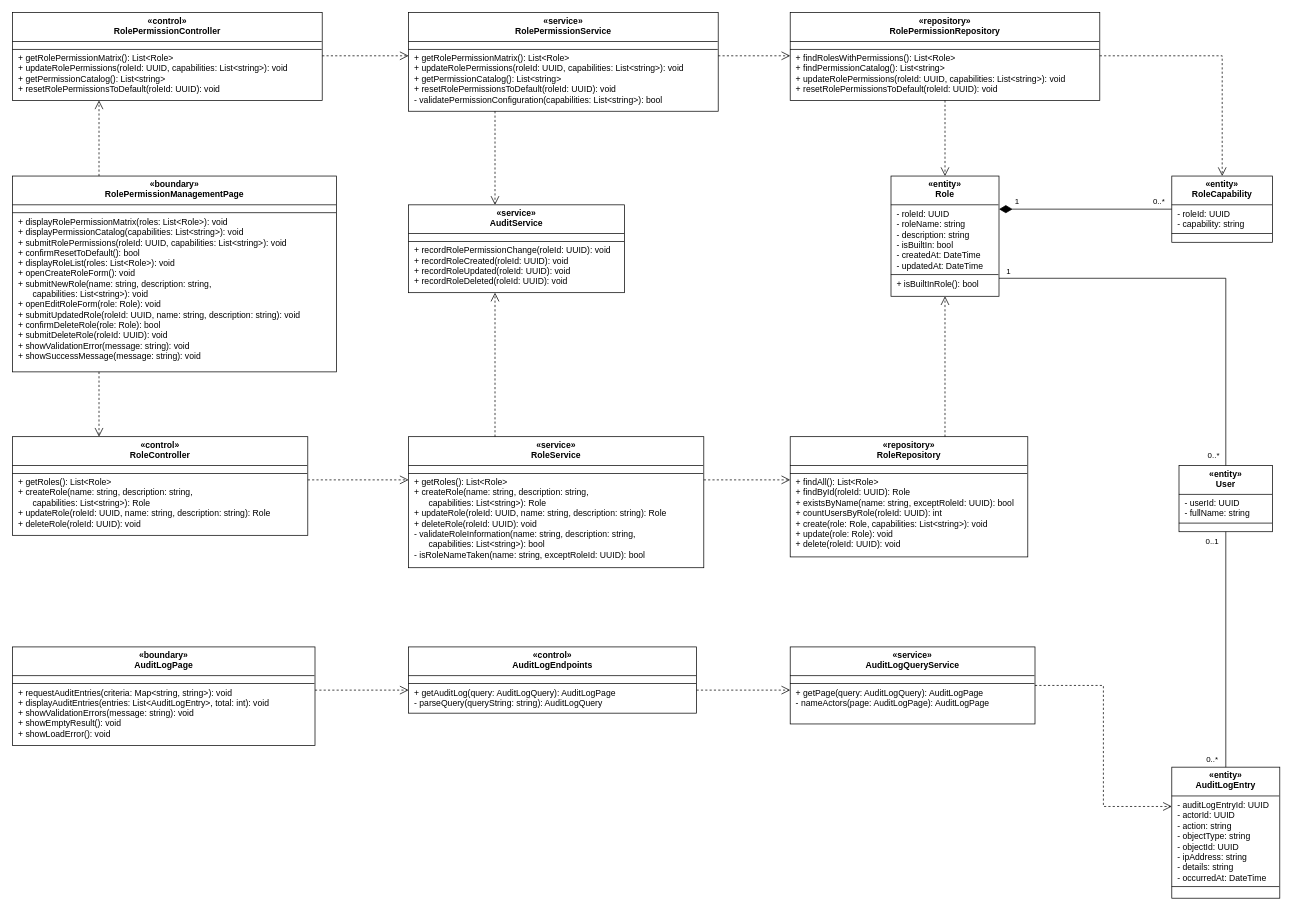
The draw.io diagram docs/07-classdiagram/feature-03-role-management-class-diagram.drawio in callmehai/FU-FA26-G116, before the edit. Source tidied: cells renumbered, new cells numbered last; positions are measured from the earlier drawing's top-left corner, leaving out a move shared by most shapes. Both pictures are drawn from the tidied source at 72%, with x=0, y=0 at pixel (12, 12).
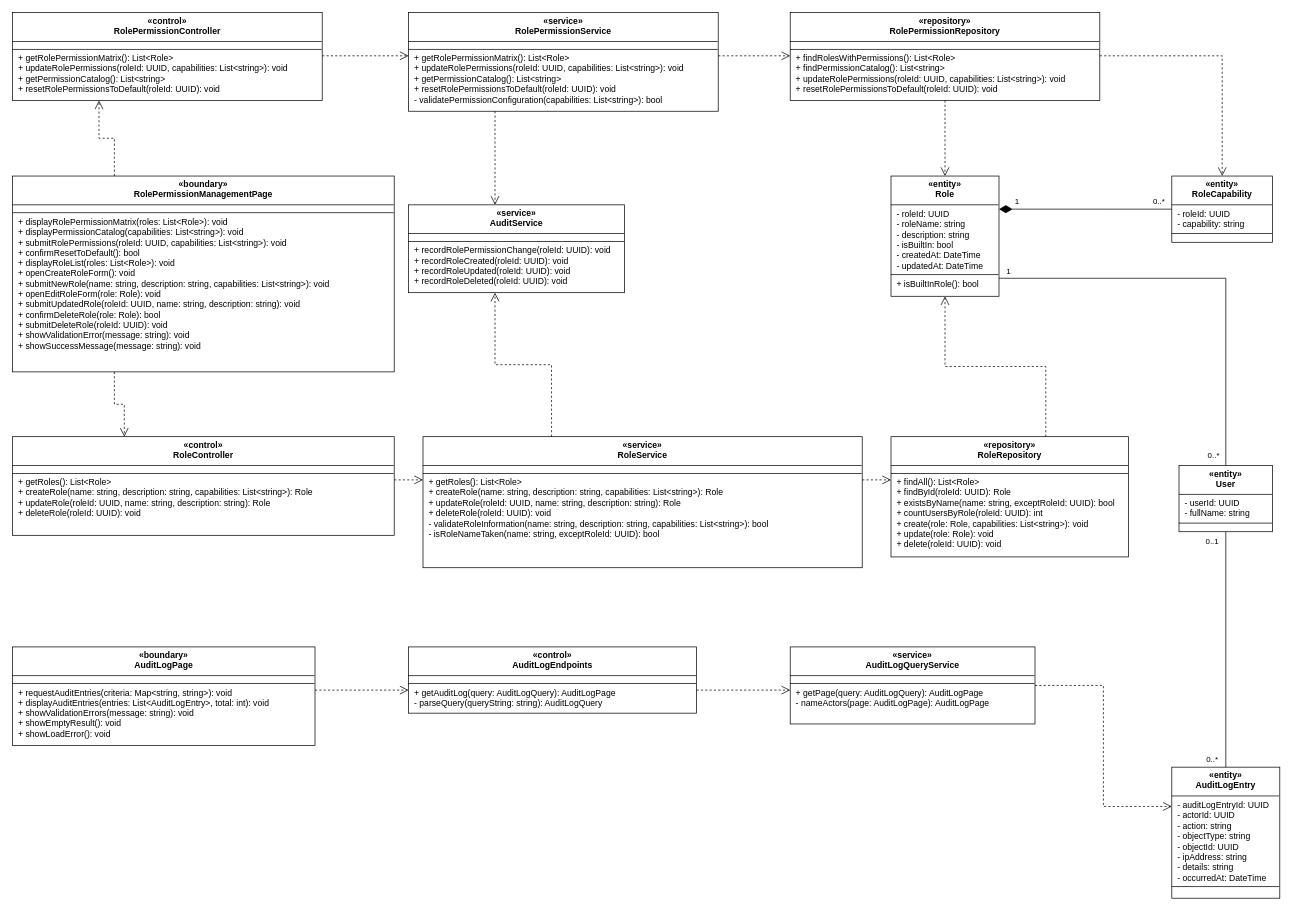
The same diagram, later.

Diff of the diagram source:
```diff
@@
-    <mxCell id="5" value="&lt;div style=&quot;text-align:center;font-weight:bold;padding:5px 4px 4px 4px;height:31px;&quot;&gt;«boundary»&lt;br&gt;RolePermissionManagementPage&lt;/div&gt;&lt;hr style=&quot;margin:0;border:none;border-top:1px solid #000000;height:0;&quot;&gt;&lt;div style=&quot;text-align:left;padding:5px 8px 5px 8px;white-space:nowrap;&quot;&gt;&lt;/div&gt;&lt;hr style=&quot;margin:0;border:none;border-top:1px solid #000000;height:0;&quot;&gt;&lt;div style=&quot;text-align:left;padding:5px 8px 5px 8px;white-space:nowrap;&quot;&gt;+ displayRolePermissionMatrix(roles: List&amp;lt;Role&amp;gt;): void&lt;br&gt;+ displayPermissionCatalog(capabilities: List&amp;lt;string&amp;gt;): void&lt;br&gt;+ submitRolePermissions(roleId: UUID, capabilities: List&amp;lt;string&amp;gt;): void&lt;br&gt;+ confirmResetToDefault(): bool&lt;br&gt;+ displayRoleList(roles: List&amp;lt;Role&amp;gt;): void&lt;br&gt;+ openCreateRoleForm(): void&lt;br&gt;+ submitNewRole(name: string, description: string,&lt;br&gt;&amp;nbsp;&amp;nbsp;&amp;nbsp;&amp;nbsp;&amp;nbsp;&amp;nbsp;capabilities: List&amp;lt;string&amp;gt;): void&lt;br&gt;+ openEditRoleForm(role: Role): void&lt;br&gt;+ submitUpdatedRole(roleId: UUID, name: string, description: string): void&lt;br&gt;+ confirmDeleteRole(role: Role): bool&lt;br&gt;+ submitDeleteRole(roleId: UUID): void&lt;br&gt;+ showValidationError(message: string): void&lt;br&gt;+ showSuccessMessage(message: string): void&lt;/div&gt;" style="rounded=0;whiteSpace=wrap;html=1;align=left;verticalAlign=top;spacing=0;overflow=fill;fillColor=#ffffff;strokeColor=#000000;fontSize=12;fontFamily=Helvetica;fontColor=#000000;" parent="1" vertex="1">
-      <mxGeometry y="227" width="450" height="272" as="geometry" />
+    <mxCell id="5" value="&lt;div style=&quot;text-align:center;font-weight:bold;padding:5px 4px 4px 4px;height:31px;&quot;&gt;«boundary»&lt;br&gt;RolePermissionManagementPage&lt;/div&gt;&lt;hr style=&quot;margin:0;border:none;border-top:1px solid #000000;height:0;&quot;&gt;&lt;div style=&quot;text-align:left;padding:5px 8px 5px 8px;white-space:nowrap;&quot;&gt;&lt;/div&gt;&lt;hr style=&quot;margin:0;border:none;border-top:1px solid #000000;height:0;&quot;&gt;&lt;div style=&quot;text-align:left;padding:5px 8px 5px 8px;white-space:nowrap;&quot;&gt;+ displayRolePermissionMatrix(roles: List&amp;lt;Role&amp;gt;): void&lt;br&gt;+ displayPermissionCatalog(capabilities: List&amp;lt;string&amp;gt;): void&lt;br&gt;+ submitRolePermissions(roleId: UUID, capabilities: List&amp;lt;string&amp;gt;): void&lt;br&gt;+ confirmResetToDefault(): bool&lt;br&gt;+ displayRoleList(roles: List&amp;lt;Role&amp;gt;): void&lt;br&gt;+ openCreateRoleForm(): void&lt;br&gt;+ submitNewRole(name: string, description: string, capabilities: List&amp;lt;string&amp;gt;): void&lt;br&gt;+ openEditRoleForm(role: Role): void&lt;br&gt;+ submitUpdatedRole(roleId: UUID, name: string, description: string): void&lt;br&gt;+ confirmDeleteRole(role: Role): bool&lt;br&gt;+ submitDeleteRole(roleId: UUID): void&lt;br&gt;+ showValidationError(message: string): void&lt;br&gt;+ showSuccessMessage(message: string): void&lt;/div&gt;" style="rounded=0;whiteSpace=wrap;html=1;align=left;verticalAlign=top;spacing=0;overflow=fill;fillColor=#ffffff;strokeColor=#000000;fontSize=12;fontFamily=Helvetica;fontColor=#000000;" parent="1" vertex="1">
+      <mxGeometry y="227" width="530" height="272" as="geometry" />
     </mxCell>
@@
-    <mxCell id="9" value="&lt;div style=&quot;text-align:center;font-weight:bold;padding:5px 4px 4px 4px;height:31px;&quot;&gt;«control»&lt;br&gt;RoleController&lt;/div&gt;&lt;hr style=&quot;margin:0;border:none;border-top:1px solid #000000;height:0;&quot;&gt;&lt;div style=&quot;text-align:left;padding:5px 8px 5px 8px;white-space:nowrap;&quot;&gt;&lt;/div&gt;&lt;hr style=&quot;margin:0;border:none;border-top:1px solid #000000;height:0;&quot;&gt;&lt;div style=&quot;text-align:left;padding:5px 8px 5px 8px;white-space:nowrap;&quot;&gt;+ getRoles(): List&amp;lt;Role&amp;gt;&lt;br&gt;+ createRole(name: string, description: string,&lt;br&gt;&amp;nbsp;&amp;nbsp;&amp;nbsp;&amp;nbsp;&amp;nbsp;&amp;nbsp;capabilities: List&amp;lt;string&amp;gt;): Role&lt;br&gt;+ updateRole(roleId: UUID, name: string, description: string): Role&lt;br&gt;+ deleteRole(roleId: UUID): void&lt;/div&gt;" style="rounded=0;whiteSpace=wrap;html=1;align=left;verticalAlign=top;spacing=0;overflow=fill;fillColor=#ffffff;strokeColor=#000000;fontSize=12;fontFamily=Helvetica;fontColor=#000000;" parent="1" vertex="1">
-      <mxGeometry y="589" width="410" height="137" as="geometry" />
+    <mxCell id="9" value="&lt;div style=&quot;text-align:center;font-weight:bold;padding:5px 4px 4px 4px;height:31px;&quot;&gt;«control»&lt;br&gt;RoleController&lt;/div&gt;&lt;hr style=&quot;margin:0;border:none;border-top:1px solid #000000;height:0;&quot;&gt;&lt;div style=&quot;text-align:left;padding:5px 8px 5px 8px;white-space:nowrap;&quot;&gt;&lt;/div&gt;&lt;hr style=&quot;margin:0;border:none;border-top:1px solid #000000;height:0;&quot;&gt;&lt;div style=&quot;text-align:left;padding:5px 8px 5px 8px;white-space:nowrap;&quot;&gt;+ getRoles(): List&amp;lt;Role&amp;gt;&lt;br&gt;+ createRole(name: string, description: string, capabilities: List&amp;lt;string&amp;gt;): Role&lt;br&gt;+ updateRole(roleId: UUID, name: string, description: string): Role&lt;br&gt;+ deleteRole(roleId: UUID): void&lt;/div&gt;" style="rounded=0;whiteSpace=wrap;html=1;align=left;verticalAlign=top;spacing=0;overflow=fill;fillColor=#ffffff;strokeColor=#000000;fontSize=12;fontFamily=Helvetica;fontColor=#000000;" parent="1" vertex="1">
+      <mxGeometry y="589" width="530" height="137" as="geometry" />
     </mxCell>
-    <mxCell id="10" value="&lt;div style=&quot;text-align:center;font-weight:bold;padding:5px 4px 4px 4px;height:31px;&quot;&gt;«service»&lt;br&gt;RoleService&lt;/div&gt;&lt;hr style=&quot;margin:0;border:none;border-top:1px solid #000000;height:0;&quot;&gt;&lt;div style=&quot;text-align:left;padding:5px 8px 5px 8px;white-space:nowrap;&quot;&gt;&lt;/div&gt;&lt;hr style=&quot;margin:0;border:none;border-top:1px solid #000000;height:0;&quot;&gt;&lt;div style=&quot;text-align:left;padding:5px 8px 5px 8px;white-space:nowrap;&quot;&gt;+ getRoles(): List&amp;lt;Role&amp;gt;&lt;br&gt;+ createRole(name: string, description: string,&lt;br&gt;&amp;nbsp;&amp;nbsp;&amp;nbsp;&amp;nbsp;&amp;nbsp;&amp;nbsp;capabilities: List&amp;lt;string&amp;gt;): Role&lt;br&gt;+ updateRole(roleId: UUID, name: string, description: string): Role&lt;br&gt;+ deleteRole(roleId: UUID): void&lt;br&gt;- validateRoleInformation(name: string, description: string,&lt;br&gt;&amp;nbsp;&amp;nbsp;&amp;nbsp;&amp;nbsp;&amp;nbsp;&amp;nbsp;capabilities: List&amp;lt;string&amp;gt;): bool&lt;br&gt;- isRoleNameTaken(name: string, exceptRoleId: UUID): bool&lt;/div&gt;" style="rounded=0;whiteSpace=wrap;html=1;align=left;verticalAlign=top;spacing=0;overflow=fill;fillColor=#ffffff;strokeColor=#000000;fontSize=12;fontFamily=Helvetica;fontColor=#000000;" parent="1" vertex="1">
-      <mxGeometry x="550" y="589" width="410" height="182" as="geometry" />
+    <mxCell id="10" value="&lt;div style=&quot;text-align:center;font-weight:bold;padding:5px 4px 4px 4px;height:31px;&quot;&gt;«service»&lt;br&gt;RoleService&lt;/div&gt;&lt;hr style=&quot;margin:0;border:none;border-top:1px solid #000000;height:0;&quot;&gt;&lt;div style=&quot;text-align:left;padding:5px 8px 5px 8px;white-space:nowrap;&quot;&gt;&lt;/div&gt;&lt;hr style=&quot;margin:0;border:none;border-top:1px solid #000000;height:0;&quot;&gt;&lt;div style=&quot;text-align:left;padding:5px 8px 5px 8px;white-space:nowrap;&quot;&gt;+ getRoles(): List&amp;lt;Role&amp;gt;&lt;br&gt;+ createRole(name: string, description: string, capabilities: List&amp;lt;string&amp;gt;): Role&lt;br&gt;+ updateRole(roleId: UUID, name: string, description: string): Role&lt;br&gt;+ deleteRole(roleId: UUID): void&lt;br&gt;- validateRoleInformation(name: string, description: string, capabilities: List&amp;lt;string&amp;gt;): bool&lt;br&gt;- isRoleNameTaken(name: string, exceptRoleId: UUID): bool&lt;/div&gt;" style="rounded=0;whiteSpace=wrap;html=1;align=left;verticalAlign=top;spacing=0;overflow=fill;fillColor=#ffffff;strokeColor=#000000;fontSize=12;fontFamily=Helvetica;fontColor=#000000;" parent="1" vertex="1">
+      <mxGeometry x="570" y="589" width="610" height="182" as="geometry" />
     </mxCell>
     <mxCell id="11" value="&lt;div style=&quot;text-align:center;font-weight:bold;padding:5px 4px 4px 4px;height:31px;&quot;&gt;«repository»&lt;br&gt;RoleRepository&lt;/div&gt;&lt;hr style=&quot;margin:0;border:none;border-top:1px solid #000000;height:0;&quot;&gt;&lt;div style=&quot;text-align:left;padding:5px 8px 5px 8px;white-space:nowrap;&quot;&gt;&lt;/div&gt;&lt;hr style=&quot;margin:0;border:none;border-top:1px solid #000000;height:0;&quot;&gt;&lt;div style=&quot;text-align:left;padding:5px 8px 5px 8px;white-space:nowrap;&quot;&gt;+ findAll(): List&amp;lt;Role&amp;gt;&lt;br&gt;+ findById(roleId: UUID): Role&lt;br&gt;+ existsByName(name: string, exceptRoleId: UUID): bool&lt;br&gt;+ countUsersByRole(roleId: UUID): int&lt;br&gt;+ create(role: Role, capabilities: List&amp;lt;string&amp;gt;): void&lt;br&gt;+ update(role: Role): void&lt;br&gt;+ delete(roleId: UUID): void&lt;/div&gt;" style="rounded=0;whiteSpace=wrap;html=1;align=left;verticalAlign=top;spacing=0;overflow=fill;fillColor=#ffffff;strokeColor=#000000;fontSize=12;fontFamily=Helvetica;fontColor=#000000;" parent="1" vertex="1">
-      <mxGeometry x="1080" y="589" width="330" height="167" as="geometry" />
+      <mxGeometry x="1220" y="589" width="330" height="167" as="geometry" />
     </mxCell>
```
